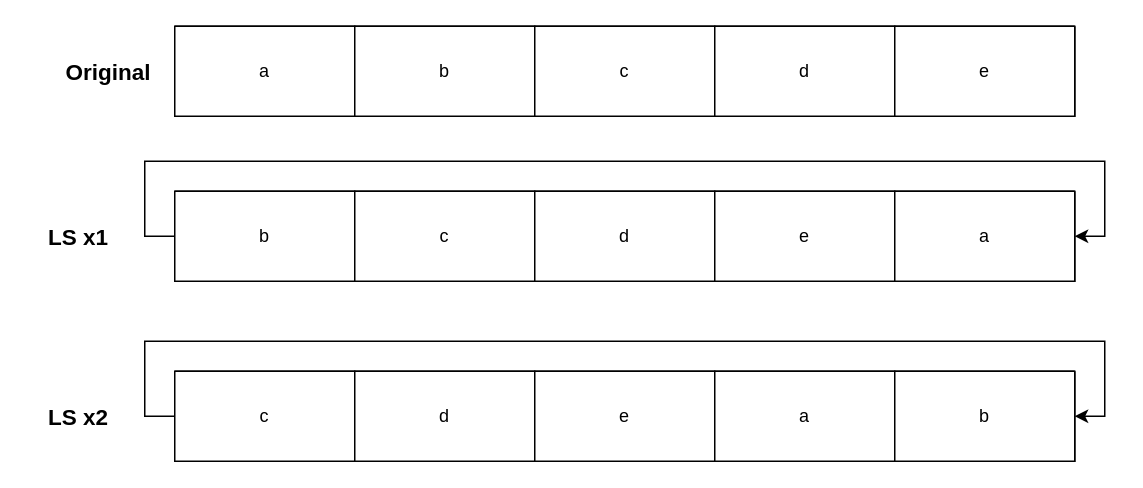
The draw.io diagram public/img/simpleDesPage/drawio/LS.drawio in hejzlzd1/EducrypterUHK, before the edit. Source tidied: cells renumbered, new cells numbered last; positions are measured from the earlier drawing's top-left corner, leaving out a move shared by most shapes. Both pictures are drawn from the tidied source at 150%, with x=0, y=0 at pixel (33, 26).
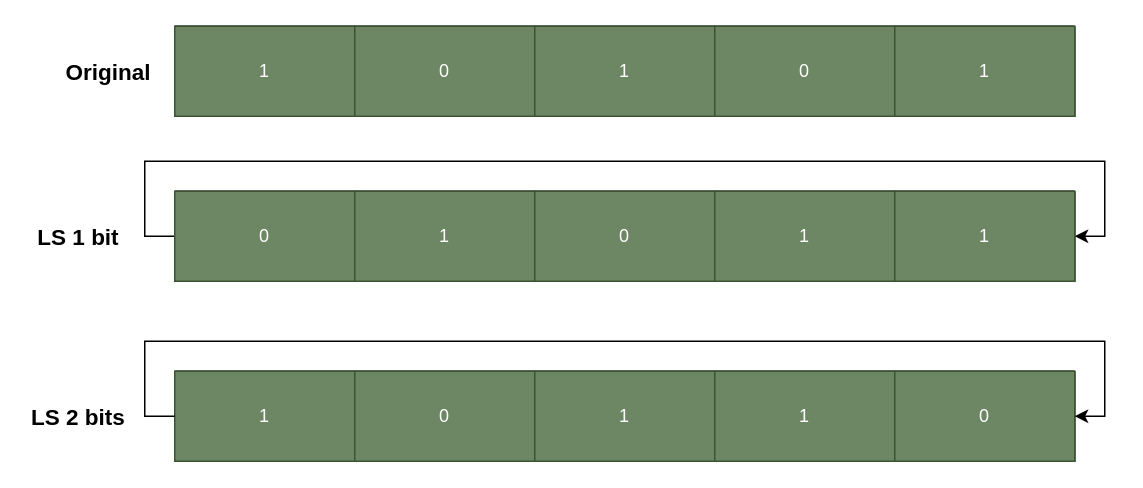
The same diagram, later.

Unchanged cells that the change refers to:
```xml
<mxCell id="5" style="swimlane;startSize=0;" parent="1" vertex="1">
  <mxGeometry x="94" y="110" width="600" height="60" as="geometry" />
</mxCell>
<mxCell id="11" style="swimlane;startSize=0;" parent="1" vertex="1">
  <mxGeometry x="94" width="600" height="60" as="geometry" />
</mxCell>
<mxCell id="18" style="swimlane;startSize=0;" parent="1" vertex="1">
  <mxGeometry x="94" y="230" width="600" height="60" as="geometry" />
</mxCell>
```

Change to the diagram source:
```diff
@@
-    <mxCell id="2" value="&lt;font style=&quot;font-size: 15px;&quot;&gt;&lt;b&gt;LS x2&lt;/b&gt;&lt;/font&gt;" style="text;html=1;strokeColor=none;fillColor=none;align=center;verticalAlign=middle;whiteSpace=wrap;rounded=0;" parent="1" vertex="1">
-      <mxGeometry y="245" width="60" height="30" as="geometry" />
+    <mxCell id="2" value="&lt;font style=&quot;font-size: 15px;&quot;&gt;&lt;b&gt;LS 2 bits&lt;/b&gt;&lt;/font&gt;" style="text;html=1;strokeColor=none;fillColor=none;align=center;verticalAlign=middle;whiteSpace=wrap;rounded=0;" parent="1" vertex="1">
+      <mxGeometry x="-5" y="245" width="70" height="30" as="geometry" />
     </mxCell>
-    <mxCell id="3" value="&lt;font style=&quot;font-size: 15px;&quot;&gt;&lt;b&gt;LS x1&lt;/b&gt;&lt;/font&gt;" style="text;html=1;strokeColor=none;fillColor=none;align=center;verticalAlign=middle;whiteSpace=wrap;rounded=0;" parent="1" vertex="1">
+    <mxCell id="3" value="&lt;font style=&quot;font-size: 15px;&quot;&gt;&lt;b&gt;LS 1 bit&lt;/b&gt;&lt;/font&gt;" style="text;html=1;strokeColor=none;fillColor=none;align=center;verticalAlign=middle;whiteSpace=wrap;rounded=0;" parent="1" vertex="1">
       <mxGeometry y="125" width="60" height="30" as="geometry" />
     </mxCell>
-    <mxCell id="4" style="edgeStyle=orthogonalEdgeStyle;rounded=0;jettySize=auto;html=1;exitX=0;exitY=0.5;exitDx=0;exitDy=0;entryX=1;entryY=0.5;entryDx=0;entryDy=0;" parent="1" edge="1" source="5" target="10">
+    <mxCell id="4" style="edgeStyle=orthogonalEdgeStyle;rounded=0;jettySize=auto;html=1;exitX=0;exitY=0.5;exitDx=0;exitDy=0;entryX=1;entryY=0.5;entryDx=0;entryDy=0;endArrow=classic;endFill=1;" parent="1" edge="1" source="5" target="10">
       <mxGeometry relative="1" as="geometry" />
     </mxCell>
@@
-    <mxCell id="6" value="b" style="rounded=0;whiteSpace=wrap;html=1;" parent="5" vertex="1">
+    <mxCell id="6" value="0" style="rounded=0;whiteSpace=wrap;html=1;fillColor=#6d8764;fontColor=#ffffff;strokeColor=#3A5431;" parent="5" vertex="1">
       <mxGeometry width="120" height="60" as="geometry" />
     </mxCell>
-    <mxCell id="7" value="c" style="rounded=0;whiteSpace=wrap;html=1;" parent="5" vertex="1">
+    <mxCell id="7" value="1" style="rounded=0;whiteSpace=wrap;html=1;fillColor=#6d8764;fontColor=#ffffff;strokeColor=#3A5431;" parent="5" vertex="1">
       <mxGeometry x="120" width="120" height="60" as="geometry" />
     </mxCell>
-    <mxCell id="8" value="d" style="rounded=0;whiteSpace=wrap;html=1;" parent="5" vertex="1">
+    <mxCell id="8" value="0" style="rounded=0;whiteSpace=wrap;html=1;fillColor=#6d8764;fontColor=#ffffff;strokeColor=#3A5431;" parent="5" vertex="1">
       <mxGeometry x="240" width="120" height="60" as="geometry" />
     </mxCell>
-    <mxCell id="9" value="e" style="rounded=0;whiteSpace=wrap;html=1;" parent="5" vertex="1">
+    <mxCell id="9" value="1" style="rounded=0;whiteSpace=wrap;html=1;fillColor=#6d8764;fontColor=#ffffff;strokeColor=#3A5431;" parent="5" vertex="1">
       <mxGeometry x="360" width="120" height="60" as="geometry" />
     </mxCell>
-    <mxCell id="10" value="a" style="rounded=0;whiteSpace=wrap;html=1;" parent="1" vertex="1">
+    <mxCell id="10" value="1" style="rounded=0;whiteSpace=wrap;html=1;fillColor=#6d8764;fontColor=#ffffff;strokeColor=#3A5431;" parent="1" vertex="1">
       <mxGeometry x="574" y="110" width="120" height="60" as="geometry" />
     </mxCell>
@@
-    <mxCell id="12" value="a" style="rounded=0;whiteSpace=wrap;html=1;" parent="11" vertex="1">
+    <mxCell id="12" value="1" style="rounded=0;whiteSpace=wrap;html=1;fillColor=#6d8764;fontColor=#ffffff;strokeColor=#3A5431;" parent="11" vertex="1">
       <mxGeometry width="120" height="60" as="geometry" />
     </mxCell>
-    <mxCell id="13" value="b" style="rounded=0;whiteSpace=wrap;html=1;" parent="11" vertex="1">
+    <mxCell id="13" value="0" style="rounded=0;whiteSpace=wrap;html=1;fillColor=#6d8764;fontColor=#ffffff;strokeColor=#3A5431;" parent="11" vertex="1">
       <mxGeometry x="120" width="120" height="60" as="geometry" />
     </mxCell>
-    <mxCell id="14" value="c" style="rounded=0;whiteSpace=wrap;html=1;" parent="11" vertex="1">
+    <mxCell id="14" value="1" style="rounded=0;whiteSpace=wrap;html=1;fillColor=#6d8764;fontColor=#ffffff;strokeColor=#3A5431;" parent="11" vertex="1">
       <mxGeometry x="240" width="120" height="60" as="geometry" />
     </mxCell>
-    <mxCell id="15" value="d" style="rounded=0;whiteSpace=wrap;html=1;" parent="11" vertex="1">
+    <mxCell id="15" value="0" style="rounded=0;whiteSpace=wrap;html=1;fillColor=#6d8764;fontColor=#ffffff;strokeColor=#3A5431;" parent="11" vertex="1">
       <mxGeometry x="360" width="120" height="60" as="geometry" />
     </mxCell>
-    <mxCell id="16" value="e" style="rounded=0;whiteSpace=wrap;html=1;" parent="1" vertex="1">
+    <mxCell id="16" value="1" style="rounded=0;whiteSpace=wrap;html=1;fillColor=#6d8764;fontColor=#ffffff;strokeColor=#3A5431;" parent="1" vertex="1">
       <mxGeometry x="574" width="120" height="60" as="geometry" />
     </mxCell>
@@
-    <mxCell id="19" value="c" style="rounded=0;whiteSpace=wrap;html=1;" parent="18" vertex="1">
+    <mxCell id="19" value="1" style="rounded=0;whiteSpace=wrap;html=1;fillColor=#6d8764;fontColor=#ffffff;strokeColor=#3A5431;" parent="18" vertex="1">
       <mxGeometry width="120" height="60" as="geometry" />
     </mxCell>
-    <mxCell id="20" value="d" style="rounded=0;whiteSpace=wrap;html=1;" parent="18" vertex="1">
+    <mxCell id="20" value="0" style="rounded=0;whiteSpace=wrap;html=1;fillColor=#6d8764;fontColor=#ffffff;strokeColor=#3A5431;" parent="18" vertex="1">
       <mxGeometry x="120" width="120" height="60" as="geometry" />
     </mxCell>
-    <mxCell id="21" value="e" style="rounded=0;whiteSpace=wrap;html=1;" parent="18" vertex="1">
+    <mxCell id="21" value="1" style="rounded=0;whiteSpace=wrap;html=1;fillColor=#6d8764;fontColor=#ffffff;strokeColor=#3A5431;" parent="18" vertex="1">
       <mxGeometry x="240" width="120" height="60" as="geometry" />
     </mxCell>
-    <mxCell id="22" value="a" style="rounded=0;whiteSpace=wrap;html=1;" parent="18" vertex="1">
+    <mxCell id="22" value="1" style="rounded=0;whiteSpace=wrap;html=1;fillColor=#6d8764;fontColor=#ffffff;strokeColor=#3A5431;" parent="18" vertex="1">
       <mxGeometry x="360" width="120" height="60" as="geometry" />
     </mxCell>
-    <mxCell id="23" value="b" style="rounded=0;whiteSpace=wrap;html=1;" parent="1" vertex="1">
+    <mxCell id="23" value="0" style="rounded=0;whiteSpace=wrap;html=1;fillColor=#6d8764;fontColor=#ffffff;strokeColor=#3A5431;" parent="1" vertex="1">
       <mxGeometry x="574" y="230" width="120" height="60" as="geometry" />
     </mxCell>
```
